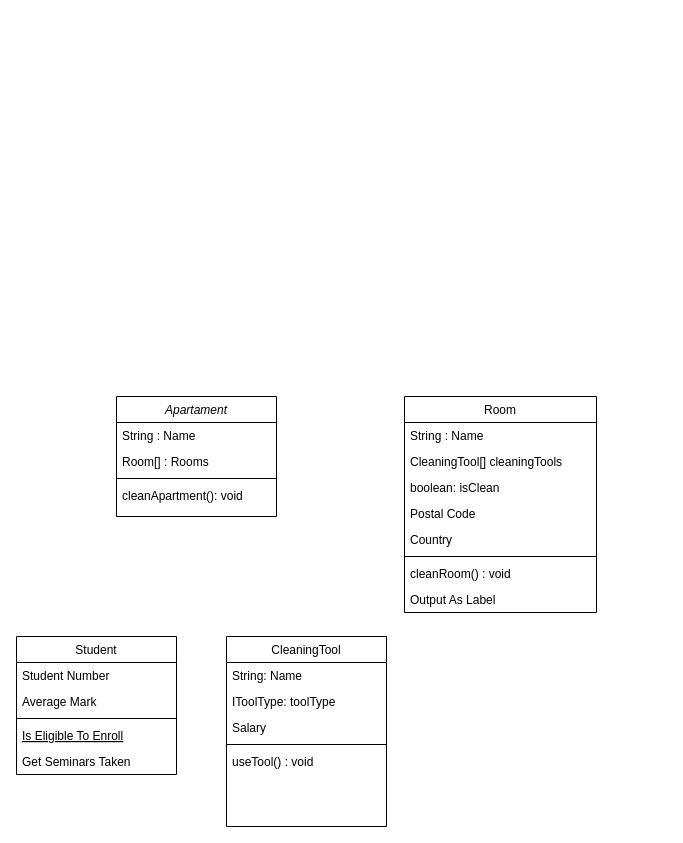
Above: Уборка дома.drawio in CeriiZedF/DiagramsJava (draw.io), before the change. Source tidied: cells renumbered, new cells numbered last; positions are measured from the earlier drawing's top-left corner, leaving out a move shared by most shapes. Both pictures are drawn from the tidied source at 100%, with x=0, y=0 at pixel (16, 396).
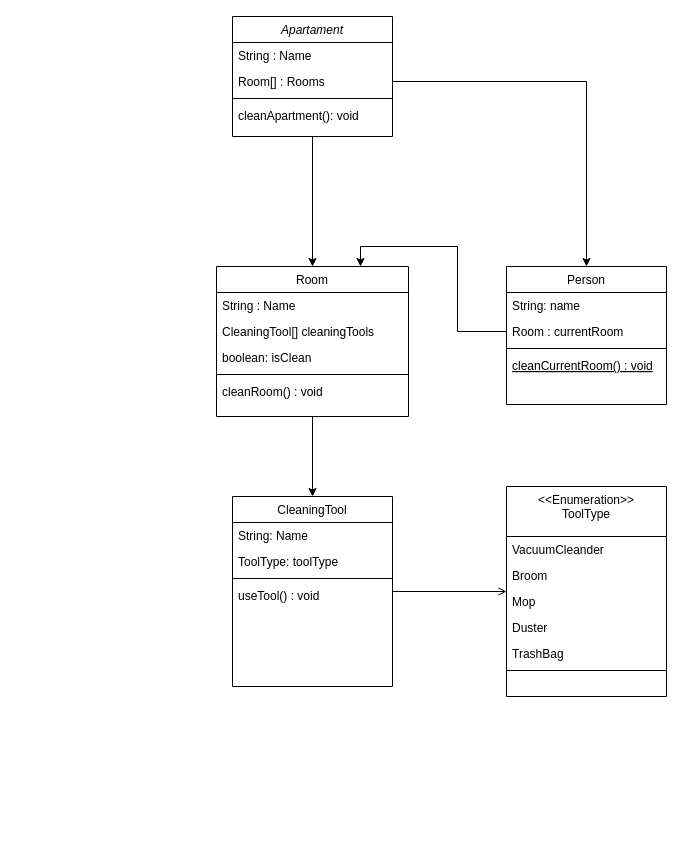
After the change.

Unchanged cells that the change refers to:
```xml
<mxCell id="4" value="Room[] : Rooms" style="text;align=left;verticalAlign=top;spacingLeft=4;spacingRight=4;overflow=hidden;points=[[0,0.5],[1,0.5]];portConstraint=eastwest;rounded=0;shadow=0;html=0;" parent="2" vertex="1">
  <mxGeometry y="52" width="160" height="26" as="geometry" />
</mxCell>
```

What changed in the source:
```diff
@@
+    <mxCell id="28" style="edgeStyle=orthogonalEdgeStyle;rounded=0;jettySize=auto;html=1;exitX=0.5;exitY=1;exitDx=0;exitDy=0;jumpSize=7;" parent="1" edge="1" source="2" target="19">
+      <mxGeometry relative="1" as="geometry" />
+    </mxCell>
     <mxCell id="2" value="Apartament" style="swimlane;fontStyle=2;align=center;verticalAlign=top;horizontal=1;startSize=26;rounded=0;shadow=0;strokeWidth=1;" parent="1" vertex="1">
-      <mxGeometry x="100" width="160" height="120" as="geometry" />
+      <mxGeometry x="216" y="-380" width="160" height="120" as="geometry" />
     </mxCell>
@@
-    <mxCell id="7" value="Student" style="swimlane;fontStyle=0;align=center;verticalAlign=top;horizontal=1;startSize=26;rounded=0;shadow=0;strokeWidth=1;" parent="1" vertex="1">
-      <mxGeometry y="240" width="160" height="138" as="geometry" />
+    <mxCell id="7" value="Person" style="swimlane;fontStyle=0;align=center;verticalAlign=top;horizontal=1;startSize=26;rounded=0;shadow=0;strokeWidth=1;" parent="1" vertex="1">
+      <mxGeometry x="490" y="-130" width="160" height="138" as="geometry" />
     </mxCell>
-    <mxCell id="8" value="Student Number" style="text;align=left;verticalAlign=top;spacingLeft=4;spacingRight=4;overflow=hidden;" parent="7" vertex="1">
+    <mxCell id="8" value="String: name" style="text;align=left;verticalAlign=top;spacingLeft=4;spacingRight=4;overflow=hidden;" parent="7" vertex="1">
       <mxGeometry y="26" width="160" height="26" as="geometry" />
     </mxCell>
-    <mxCell id="9" value="Average Mark" style="text;align=left;verticalAlign=top;spacingLeft=4;spacingRight=4;overflow=hidden;points=[[0,0.5],[1,0.5]];portConstraint=eastwest;rounded=0;shadow=0;html=0;" parent="7" vertex="1">
+    <mxCell id="9" value="Room : currentRoom" style="text;align=left;verticalAlign=top;spacingLeft=4;spacingRight=4;overflow=hidden;points=[[0,0.5],[1,0.5]];portConstraint=eastwest;rounded=0;shadow=0;html=0;" parent="7" vertex="1">
       <mxGeometry y="52" width="160" height="26" as="geometry" />
     </mxCell>
@@
-    <mxCell id="11" value="Is Eligible To Enroll" style="text;align=left;verticalAlign=top;spacingLeft=4;spacingRight=4;overflow=hidden;fontStyle=4;" parent="7" vertex="1">
+    <mxCell id="11" value="cleanCurrentRoom() : void" style="text;align=left;verticalAlign=top;spacingLeft=4;spacingRight=4;overflow=hidden;fontStyle=4;" parent="7" vertex="1">
       <mxGeometry y="86" width="160" height="26" as="geometry" />
     </mxCell>
-    <mxCell id="12" value="Get Seminars Taken" style="text;align=left;verticalAlign=top;spacingLeft=4;spacingRight=4;overflow=hidden;" parent="7" vertex="1">
-      <mxGeometry y="112" width="160" height="26" as="geometry" />
-    </mxCell>
+    <mxCell id="29" style="edgeStyle=orthogonalEdgeStyle;rounded=1;jettySize=auto;html=1;entryX=0;entryY=0.5;entryDx=0;entryDy=0;curved=0;strokeColor=default;endArrow=open;endFill=0;strokeWidth=1;" parent="1" edge="1" source="13" target="31">
+      <mxGeometry relative="1" as="geometry" />
+    </mxCell>
     <mxCell id="13" value="CleaningTool " style="swimlane;fontStyle=0;align=center;verticalAlign=top;horizontal=1;startSize=26;rounded=0;shadow=0;strokeWidth=1;" parent="1" vertex="1">
-      <mxGeometry x="210" y="240" width="160" height="190" as="geometry" />
+      <mxGeometry x="216" y="100" width="160" height="190" as="geometry" />
     </mxCell>
@@
-    <mxCell id="15" value="IToolType: toolType" style="text;align=left;verticalAlign=top;spacingLeft=4;spacingRight=4;overflow=hidden;" parent="13" vertex="1">
+    <mxCell id="15" value="ToolType: toolType" style="text;align=left;verticalAlign=top;spacingLeft=4;spacingRight=4;overflow=hidden;" parent="13" vertex="1">
       <mxGeometry y="52" width="160" height="26" as="geometry" />
     </mxCell>
-    <mxCell id="16" value="Salary" style="text;align=left;verticalAlign=top;spacingLeft=4;spacingRight=4;overflow=hidden;" parent="13" vertex="1">
-      <mxGeometry y="78" width="160" height="26" as="geometry" />
-    </mxCell>
     <mxCell id="17" style="line;html=1;strokeWidth=1;align=left;verticalAlign=middle;spacingTop=-1;spacingLeft=3;spacingRight=3;labelPosition=right;" parent="13" vertex="1">
-      <mxGeometry y="104" width="160" height="8" as="geometry" />
+      <mxGeometry y="78" width="160" height="8" as="geometry" />
     </mxCell>
     <mxCell id="18" value="useTool() : void" style="text;align=left;verticalAlign=top;spacingLeft=4;spacingRight=4;overflow=hidden;" parent="13" vertex="1">
-      <mxGeometry y="112" width="160" height="26" as="geometry" />
+      <mxGeometry y="86" width="160" height="26" as="geometry" />
     </mxCell>
+    <mxCell id="30" style="edgeStyle=orthogonalEdgeStyle;rounded=0;jettySize=auto;html=1;exitX=0.5;exitY=1;exitDx=0;exitDy=0;entryX=0.5;entryY=0;entryDx=0;entryDy=0;" parent="1" edge="1" source="19" target="13">
+      <mxGeometry relative="1" as="geometry" />
+    </mxCell>
     <mxCell id="19" value="Room" style="swimlane;fontStyle=0;align=center;verticalAlign=top;horizontal=1;startSize=26;rounded=0;shadow=0;strokeWidth=1;" parent="1" vertex="1">
-      <mxGeometry x="388" width="192" height="216" as="geometry" />
+      <mxGeometry x="200" y="-130" width="192" height="150" as="geometry" />
     </mxCell>
@@
-    <mxCell id="23" value="Postal Code" style="text;align=left;verticalAlign=top;spacingLeft=4;spacingRight=4;overflow=hidden;rounded=0;shadow=0;html=0;" parent="19" vertex="1">
-      <mxGeometry y="104" width="192" height="26" as="geometry" />
-    </mxCell>
-    <mxCell id="24" value="Country" style="text;align=left;verticalAlign=top;spacingLeft=4;spacingRight=4;overflow=hidden;rounded=0;shadow=0;html=0;" parent="19" vertex="1">
-      <mxGeometry y="130" width="192" height="26" as="geometry" />
-    </mxCell>
     <mxCell id="25" style="line;html=1;strokeWidth=1;align=left;verticalAlign=middle;spacingTop=-1;spacingLeft=3;spacingRight=3;labelPosition=right;" parent="19" vertex="1">
-      <mxGeometry y="156" width="192" height="8" as="geometry" />
+      <mxGeometry y="104" width="192" height="8" as="geometry" />
     </mxCell>
     <mxCell id="26" value="cleanRoom() : void" style="text;align=left;verticalAlign=top;spacingLeft=4;spacingRight=4;overflow=hidden;" parent="19" vertex="1">
-      <mxGeometry y="164" width="192" height="26" as="geometry" />
+      <mxGeometry y="112" width="192" height="26" as="geometry" />
     </mxCell>
-    <mxCell id="27" value="Output As Label" style="text;align=left;verticalAlign=top;spacingLeft=4;spacingRight=4;overflow=hidden;" parent="19" vertex="1">
-      <mxGeometry y="190" width="192" height="26" as="geometry" />
-    </mxCell>
+    <mxCell id="31" value="&lt;&lt;Enumeration&gt;&gt;&#10;ToolType" style="swimlane;fontStyle=0;align=center;verticalAlign=top;horizontal=1;startSize=50;rounded=0;shadow=0;strokeWidth=1;" parent="1" vertex="1">
+      <mxGeometry x="490" y="90" width="160" height="210" as="geometry" />
+    </mxCell>
+    <mxCell id="32" value="VacuumCleander" style="text;align=left;verticalAlign=top;spacingLeft=4;spacingRight=4;overflow=hidden;" parent="31" vertex="1">
+      <mxGeometry y="50" width="160" height="26" as="geometry" />
+    </mxCell>
+    <mxCell id="33" value="Broom" style="text;align=left;verticalAlign=top;spacingLeft=4;spacingRight=4;overflow=hidden;" parent="31" vertex="1">
+      <mxGeometry y="76" width="160" height="26" as="geometry" />
+    </mxCell>
+    <mxCell id="34" value="Mop" style="text;align=left;verticalAlign=top;spacingLeft=4;spacingRight=4;overflow=hidden;" parent="31" vertex="1">
+      <mxGeometry y="102" width="160" height="26" as="geometry" />
+    </mxCell>
+    <mxCell id="35" value="Duster" style="text;align=left;verticalAlign=top;spacingLeft=4;spacingRight=4;overflow=hidden;" parent="31" vertex="1">
+      <mxGeometry y="128" width="160" height="26" as="geometry" />
+    </mxCell>
+    <mxCell id="36" value="TrashBag" style="text;align=left;verticalAlign=top;spacingLeft=4;spacingRight=4;overflow=hidden;" parent="31" vertex="1">
+      <mxGeometry y="154" width="160" height="26" as="geometry" />
+    </mxCell>
+    <mxCell id="37" style="line;html=1;strokeWidth=1;align=left;verticalAlign=middle;spacingTop=-1;spacingLeft=3;spacingRight=3;labelPosition=right;" parent="31" vertex="1">
+      <mxGeometry y="180" width="160" height="8" as="geometry" />
+    </mxCell>
+    <mxCell id="38" style="edgeStyle=orthogonalEdgeStyle;rounded=0;jettySize=auto;html=1;exitX=1;exitY=0.5;exitDx=0;exitDy=0;entryX=0.5;entryY=0;entryDx=0;entryDy=0;" parent="1" edge="1" source="4" target="7">
+      <mxGeometry relative="1" as="geometry" />
+    </mxCell>
+    <mxCell id="39" style="edgeStyle=orthogonalEdgeStyle;rounded=0;jettySize=auto;html=1;exitX=0;exitY=0.5;exitDx=0;exitDy=0;entryX=0.75;entryY=0;entryDx=0;entryDy=0;" parent="1" edge="1" source="9" target="19">
+      <mxGeometry relative="1" as="geometry" />
+    </mxCell>
```
